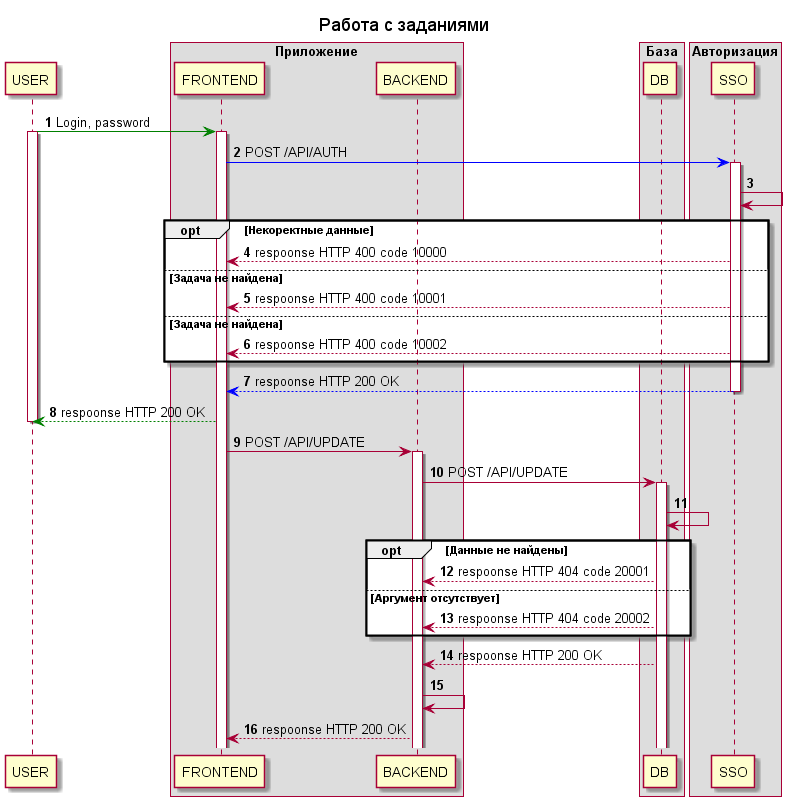
The PlantUML diagram sequence_uml_01.png in skytorin/UML, before a commit.
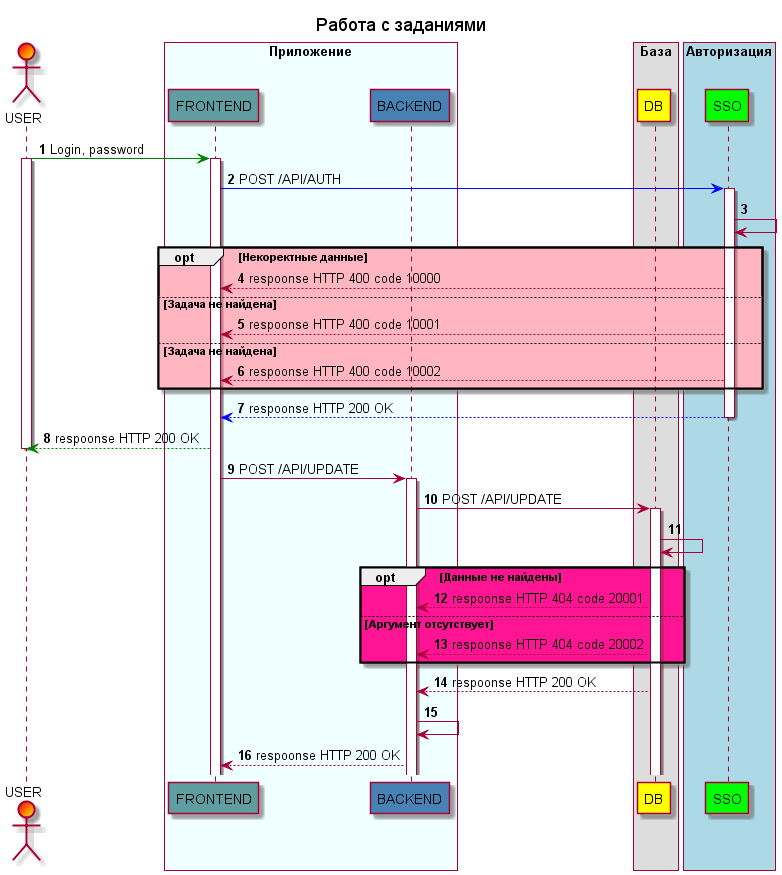
Above is the later version.

Diff of the diagram source:
```diff
@@ -1,30 +1,39 @@
-@startuml Test
+@startuml sequence_uml_01
+
 title: Работа с заданиями
+
 autonumber
-participant USER
-box "Приложение"
-participant FRONTEND
-participant BACKEND
+
+actor USER #Red/Yellow
+
+box "Приложение" #azure
+    participant FRONTEND #CadetBlue
+    participant BACKEND  #SteelBlue
 end box
+
 box "База"
-participant DB
+    participant DB #yellow
 end box
-box "Авторизация"
-participant SSO
+
+box "Авторизация" #LightBlue
+    participant SSO #lime
 end box
+
 USER [#green]-> FRONTEND: Login, password
 activate USER
 activate FRONTEND
 FRONTEND [#blue]-> SSO: POST /API/AUTH
 activate SSO
 SSO -> SSO
-opt Некоректные данные
-SSO --> FRONTEND: respoonse HTTP 400 code 10000
-else Задача не найдена
-SSO --> FRONTEND: respoonse HTTP 400 code 10001
-else Задача не найдена
-SSO --> FRONTEND: respoonse HTTP 400 code 10002
+
+opt #LightPink Некоректные данные
+    SSO --> FRONTEND: respoonse HTTP 400 code 10000
+    else Задача не найдена
+    SSO --> FRONTEND: respoonse HTTP 400 code 10001
+    else Задача не найдена
+    SSO --> FRONTEND: respoonse HTTP 400 code 10002
 end
+
 SSO [#blue]--> FRONTEND: respoonse HTTP 200 OK
 deactivate SSO
 FRONTEND [#green]--> USER: respoonse HTTP 200 OK
@@ -34,12 +43,15 @@
 BACKEND -> DB: POST /API/UPDATE
 activate DB
 DB -> DB
-opt Данные не найдены
-DB --> BACKEND:respoonse HTTP 404 code 20001
-else Аргумент отсутствует
-DB --> BACKEND:respoonse HTTP 404 code 20002
+
+opt #DeepPink Данные не найдены
+    DB --> BACKEND:respoonse HTTP 404 code 20001
+    else Аргумент отсутствует
+    DB --> BACKEND:respoonse HTTP 404 code 20002
 end
+
 DB --> BACKEND:respoonse HTTP 200 OK
 BACKEND -> BACKEND
 BACKEND --> FRONTEND:respoonse HTTP 200 OK
+
 @enduml
```
